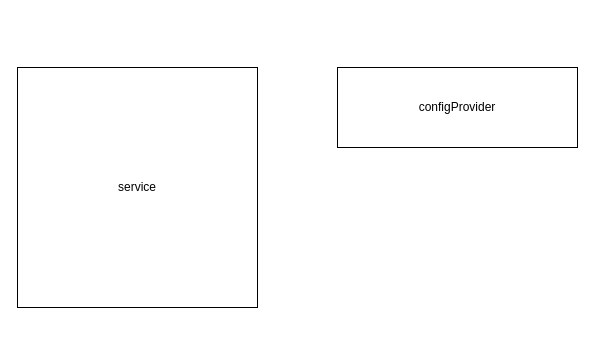
fatsheep9146/drawio-registry keeps this draw.io diagram as opentelemetry/collector/otel-collector.drawio. Above is the earlier version. Source tidied: cells renumbered, new cells numbered last; positions are measured from the earlier drawing's top-left corner, leaving out a move shared by most shapes. Both pictures are drawn from the tidied source at 100%, with x=0, y=0 at pixel (17, 67).
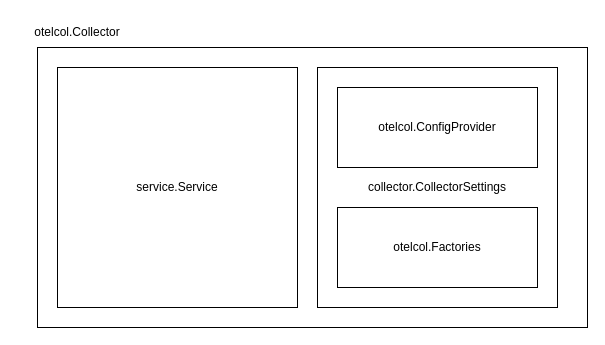
The same diagram, later.

Diff of the diagram source:
```diff
@@
 <mxGraphModel>
   <root>
     <mxCell id="0" />
     <mxCell id="1" parent="0" />
+    <mxCell id="4" value="collector.CollectorSettings" style="rounded=0;whiteSpace=wrap;html=1;fillColor=default;" parent="1" vertex="1">
+      <mxGeometry x="300" width="240" height="240" as="geometry" />
+    </mxCell>
-    <mxCell id="2" value="configProvider" style="rounded=0;whiteSpace=wrap;html=1;fillColor=default;" parent="1" vertex="1">
-      <mxGeometry x="320" width="240" height="80" as="geometry" />
+    <mxCell id="2" value="otelcol.ConfigProvider" style="rounded=0;whiteSpace=wrap;html=1;fillColor=default;" parent="1" vertex="1">
+      <mxGeometry x="320" y="20" width="200" height="80" as="geometry" />
     </mxCell>
-    <mxCell id="3" value="service" style="rounded=0;whiteSpace=wrap;html=1;fillColor=default;" parent="1" vertex="1">
-      <mxGeometry width="240" height="240" as="geometry" />
+    <mxCell id="3" value="service.Service" style="rounded=0;whiteSpace=wrap;html=1;fillColor=default;" parent="1" vertex="1">
+      <mxGeometry x="40" width="240" height="240" as="geometry" />
     </mxCell>
+    <mxCell id="5" value="otelcol.Factories" style="rounded=0;whiteSpace=wrap;html=1;fillColor=default;" parent="1" vertex="1">
+      <mxGeometry x="320" y="140" width="200" height="80" as="geometry" />
+    </mxCell>
+    <mxCell id="6" style="rounded=0;whiteSpace=wrap;html=1;fillColor=none;" parent="1" vertex="1">
+      <mxGeometry x="20" y="-20" width="550" height="280" as="geometry" />
+    </mxCell>
+    <mxCell id="7" value="otelcol.Collector" style="text;html=1;strokeColor=none;fillColor=none;align=center;verticalAlign=middle;whiteSpace=wrap;rounded=0;" parent="1" vertex="1">
+      <mxGeometry x="30" y="-50" width="60" height="30" as="geometry" />
+    </mxCell>
   </root>
 </mxGraphModel>
```
